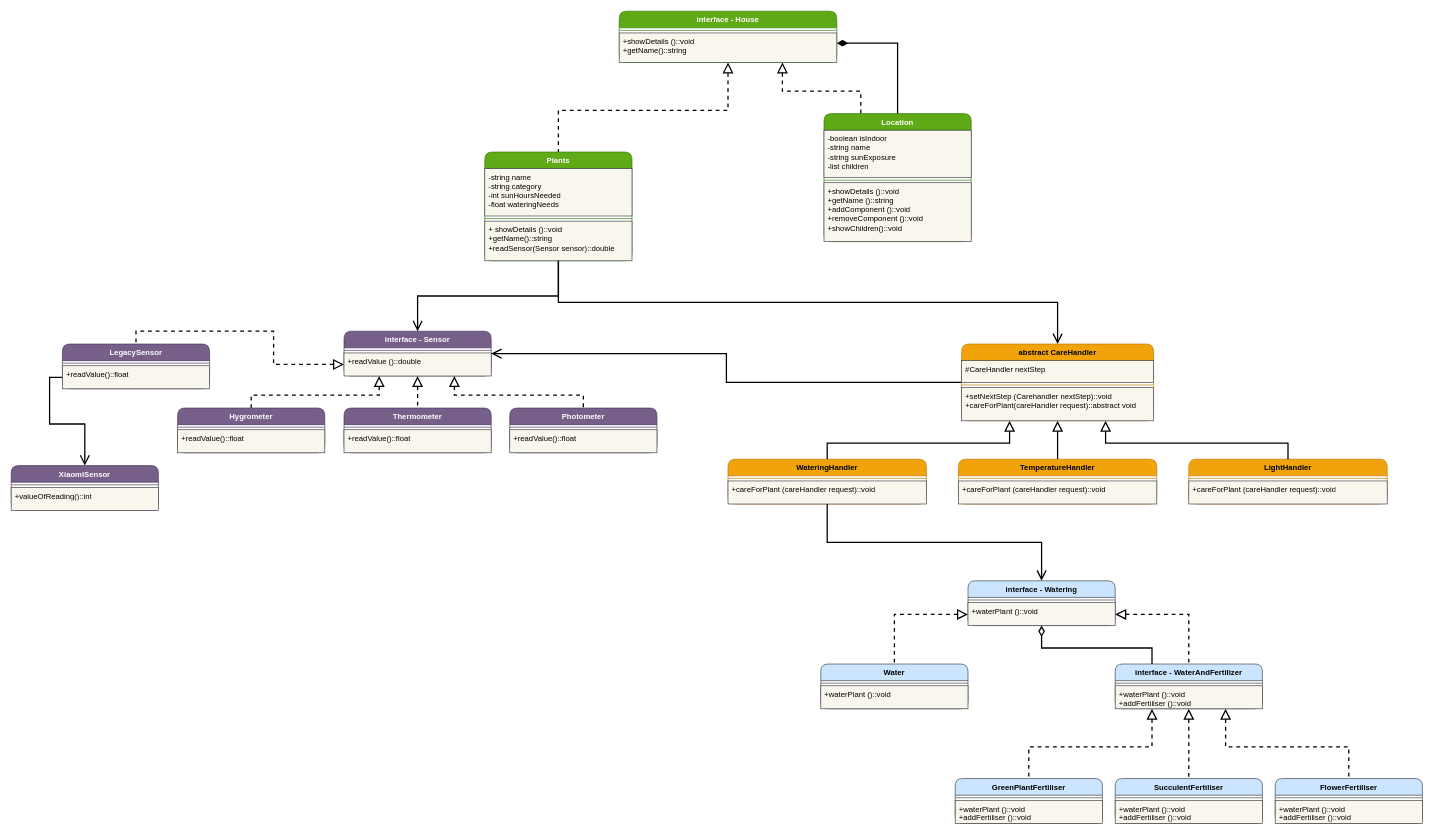
Above: smart_plant_app.drawio in Federico-Alessi/smartplantapp (draw.io), before the change. Source tidied: cells renumbered, new cells numbered last; positions are measured from the earlier drawing's top-left corner, leaving out a move shared by most shapes. Both pictures are drawn from the tidied source at 64%, with x=0, y=0 at pixel (11, 11).
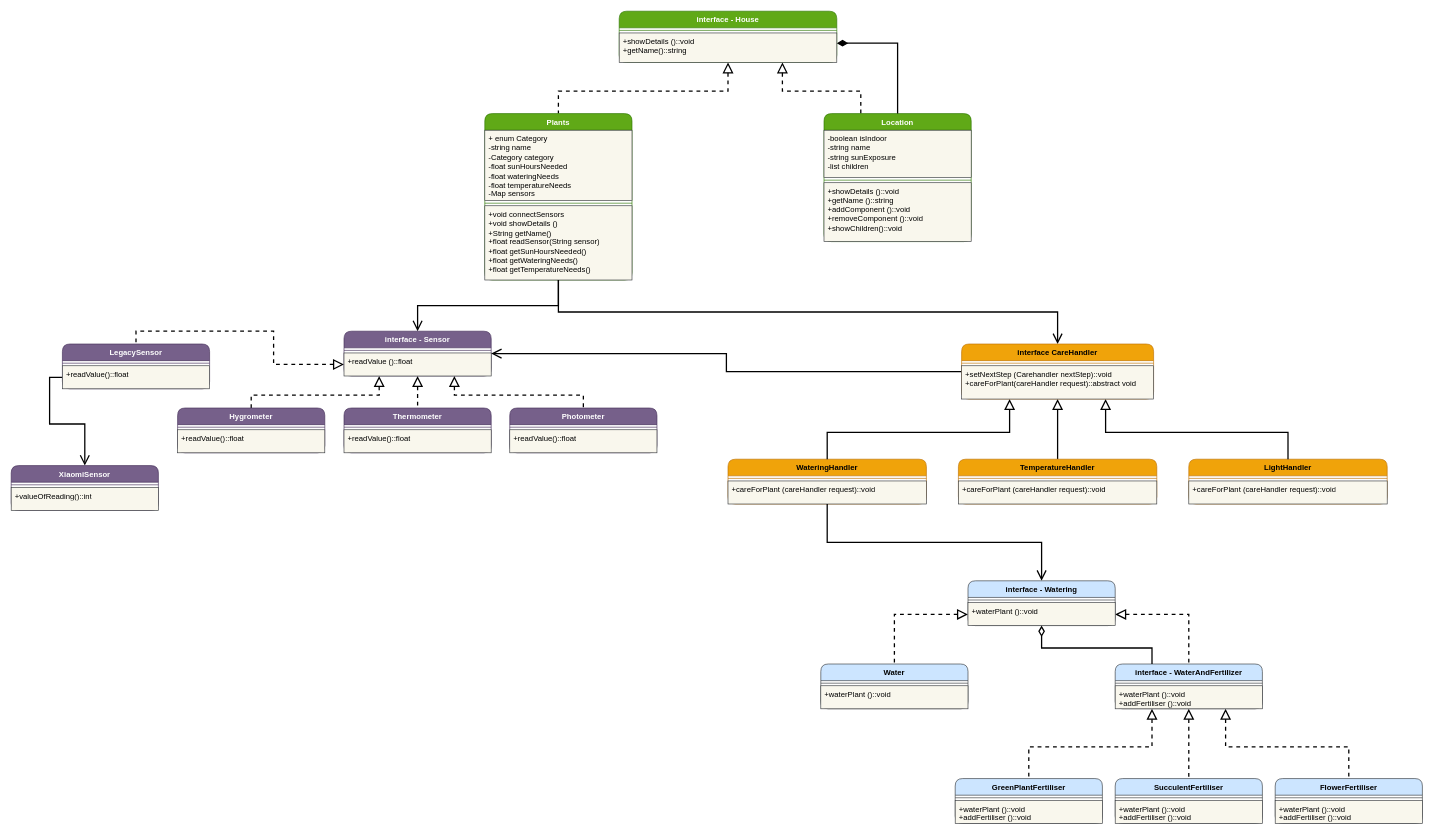
The same diagram, later.

The change refers to these unchanged cells:
```xml
<mxCell id="27" value="interface - Sensor" style="swimlane;fontStyle=1;align=center;verticalAlign=top;horizontal=1;startSize=26;whiteSpace=wrap;html=1;fillColor=#76608a;strokeColor=#432D57;rounded=1;fontColor=#ffffff;" parent="1" vertex="1">
  <mxGeometry x="520" y="500" width="230" height="70" as="geometry" />
</mxCell>
```

Change to the diagram source:
```diff
@@
     <mxCell id="9" value="Plants" style="swimlane;fontStyle=1;align=center;verticalAlign=top;horizontal=1;startSize=26;whiteSpace=wrap;html=1;fillColor=#60a917;fontColor=#ffffff;strokeColor=#2D7600;rounded=1;shadow=0;glass=0;" parent="1" vertex="1">
-      <mxGeometry x="740" y="220" width="230" height="170" as="geometry" />
+      <mxGeometry x="740" y="160" width="230" height="260" as="geometry" />
     </mxCell>
-    <mxCell id="10" value="&lt;div&gt;-string name&lt;/div&gt;&lt;div&gt;-string category&lt;/div&gt;&lt;div&gt;-int sunHoursNeeded&lt;/div&gt;&lt;div&gt;-float wateringNeeds&lt;/div&gt;" style="text;align=left;verticalAlign=top;spacingLeft=4;spacingRight=4;overflow=hidden;whiteSpace=wrap;html=1;fillColor=#f9f7ed;strokeColor=#36393d;" parent="9" vertex="1">
-      <mxGeometry y="26" width="230" height="74" as="geometry" />
+    <mxCell id="10" value="&lt;div&gt;+ enum Category&lt;/div&gt;&lt;div&gt;-string name&lt;/div&gt;&lt;div&gt;-Category category&lt;/div&gt;&lt;div&gt;-float sunHoursNeeded&lt;/div&gt;&lt;div&gt;-float wateringNeeds&lt;/div&gt;&lt;div&gt;-float temperatureNeeds&lt;/div&gt;&lt;div&gt;-Map sensors&lt;/div&gt;" style="text;align=left;verticalAlign=top;spacingLeft=4;spacingRight=4;overflow=hidden;whiteSpace=wrap;html=1;fillColor=#f9f7ed;strokeColor=#36393d;" parent="9" vertex="1">
+      <mxGeometry y="26" width="230" height="110" as="geometry" />
     </mxCell>
     <mxCell id="11" style="line;strokeWidth=1;fillColor=none;align=left;verticalAlign=middle;spacingTop=-1;spacingLeft=3;spacingRight=3;labelPosition=right;strokeColor=inherit;" parent="9" vertex="1">
-      <mxGeometry y="100" width="230" height="8" as="geometry" />
+      <mxGeometry y="136" width="230" height="8" as="geometry" />
     </mxCell>
-    <mxCell id="12" value="&lt;div&gt;+ showDetails ()::void&lt;/div&gt;&lt;div&gt;+getName()::string&lt;/div&gt;+readSensor(Sensor sensor)::double" style="text;align=left;verticalAlign=top;spacingLeft=4;spacingRight=4;overflow=hidden;whiteSpace=wrap;html=1;fillColor=#f9f7ed;strokeColor=#36393d;" parent="9" vertex="1">
-      <mxGeometry y="108" width="230" height="62" as="geometry" />
+    <mxCell id="12" value="&lt;div&gt;+void connectSensors&lt;/div&gt;&lt;div&gt;+void showDetails ()&lt;/div&gt;&lt;div&gt;+String getName()&lt;/div&gt;+float readSensor(String sensor)&lt;div&gt;+float getSunHoursNeeded()&lt;/div&gt;&lt;div&gt;+float getWateringNeeds()&lt;/div&gt;&lt;div&gt;+float getTemperatureNeeds()&lt;/div&gt;" style="text;align=left;verticalAlign=top;spacingLeft=4;spacingRight=4;overflow=hidden;whiteSpace=wrap;html=1;fillColor=#f9f7ed;strokeColor=#36393d;" parent="9" vertex="1">
+      <mxGeometry y="144" width="230" height="116" as="geometry" />
     </mxCell>
@@
-    <mxCell id="29" value="+readValue ()::double" style="text;align=left;verticalAlign=top;spacingLeft=4;spacingRight=4;overflow=hidden;points=[[0,0.5],[1,0.5]];portConstraint=eastwest;whiteSpace=wrap;html=1;fillColor=#f9f7ed;strokeColor=#36393d;rounded=0;" parent="27" vertex="1">
+    <mxCell id="29" value="+readValue ()::float" style="text;align=left;verticalAlign=top;spacingLeft=4;spacingRight=4;overflow=hidden;points=[[0,0.5],[1,0.5]];portConstraint=eastwest;whiteSpace=wrap;html=1;fillColor=#f9f7ed;strokeColor=#36393d;rounded=0;" parent="27" vertex="1">
       <mxGeometry y="34" width="230" height="36" as="geometry" />
     </mxCell>
@@
-    <mxCell id="44" value="abstract CareHandler" style="swimlane;fontStyle=1;align=center;verticalAlign=top;horizontal=1;startSize=26;whiteSpace=wrap;html=1;fillColor=#f0a30a;fontColor=#000000;strokeColor=#BD7000;rounded=1;spacingLeft=4;spacingRight=4;fontFamily=Helvetica;fontSize=12;" parent="1" vertex="1">
-      <mxGeometry x="1485" y="520" width="300" height="120" as="geometry" />
+    <mxCell id="44" value="interface CareHandler" style="swimlane;fontStyle=1;align=center;verticalAlign=top;horizontal=1;startSize=26;whiteSpace=wrap;html=1;fillColor=#f0a30a;fontColor=#000000;strokeColor=#BD7000;rounded=1;spacingLeft=4;spacingRight=4;fontFamily=Helvetica;fontSize=12;" parent="1" vertex="1">
+      <mxGeometry x="1485" y="520" width="300" height="86" as="geometry" />
     </mxCell>
-    <mxCell id="45" value="#CareHandler nextStep" style="text;align=left;verticalAlign=top;spacingLeft=4;spacingRight=4;overflow=hidden;whiteSpace=wrap;html=1;fillColor=#f9f7ed;strokeColor=#36393d;fontFamily=Helvetica;fontSize=12;fontColor=default;" parent="44" vertex="1">
-      <mxGeometry y="26" width="300" height="34" as="geometry" />
-    </mxCell>
     <mxCell id="46" style="line;strokeWidth=1;fillColor=none;align=left;verticalAlign=middle;spacingTop=-1;spacingLeft=3;spacingRight=3;labelPosition=right;strokeColor=inherit;rounded=0;fontFamily=Helvetica;fontSize=12;fontColor=default;" parent="44" vertex="1">
-      <mxGeometry y="60" width="300" height="8" as="geometry" />
+      <mxGeometry y="26" width="300" height="8" as="geometry" />
     </mxCell>
     <mxCell id="47" value="&lt;div&gt;+setNextStep (Carehandler nextStep)::void&lt;/div&gt;&lt;div&gt;+careForPlant(careHandler request)::abstract void&lt;/div&gt;" style="text;align=left;verticalAlign=top;spacingLeft=4;spacingRight=4;overflow=hidden;whiteSpace=wrap;html=1;fillColor=#f9f7ed;strokeColor=#36393d;rounded=0;fontFamily=Helvetica;fontSize=12;fontColor=default;" parent="44" vertex="1">
-      <mxGeometry y="68" width="300" height="52" as="geometry" />
+      <mxGeometry y="34" width="300" height="52" as="geometry" />
     </mxCell>
```
